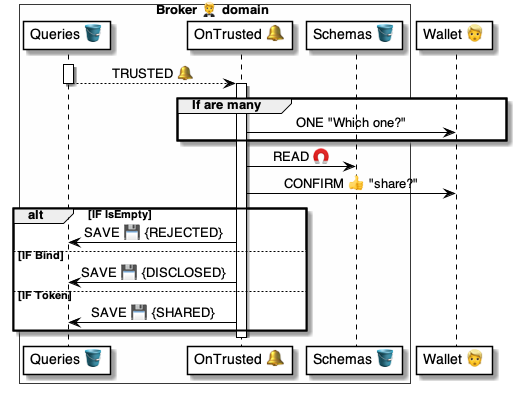
The PlantUML diagram 4 ⚙️ Solution/20 🧑‍🦰 UI/Brokers 🤵/🤵🪣 Broker tables/Queries 💼 table/🪣🧱 50 Selected 🔔 event/🤵 OnQuerySelected ⚙️ uml.png in pollyweb-org/pollyweb-docs, before a commit. Its source is kept beside it as 4 ⚙️ Solution/20 🧑‍🦰 UI/Brokers 🤵/🤵🪣 Broker tables/Queries 💼 table/🪣🧱 50 Selected 🔔 event/🤵 OnQuerySelected ⚙️ uml.puml.
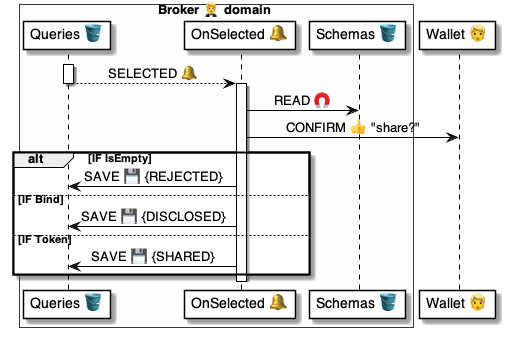
The same diagram one commit later.

What changed in the source:
```diff
@@ -1,22 +1,18 @@
-@startuml OnQueryTrusted
+@startuml OnQuerySelected
 
 box Broker 🤵 domain #FFFFFA
     participant "Queries 🪣" as table
-    participant "OnTrusted 🔔" as handler
+    participant "OnSelected 🔔" as handler
     participant "Schemas 🪣" as schemas
 end box
 participant "Wallet 👱" as wallet
 
 
 activate table
-    table --> handler: TRUSTED 🔔
+    table --> handler: SELECTED 🔔
 deactivate table
 
 activate handler
-
-    group If are many
-        handler -> wallet: ONE "Which one?"
-    end group
 
     handler -> schemas: READ 🧲
     handler -> wallet: CONFIRM 👍 "share?"
```
